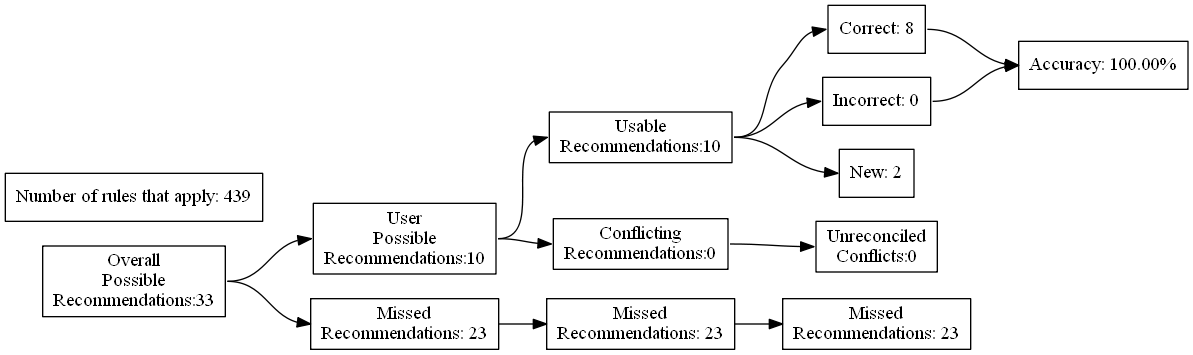
Above: test_renders/23.gv.png in ZaxR/ibd_diet_analysis (Graphviz), before the change. Its source is kept beside it as test_renders/23.gv.
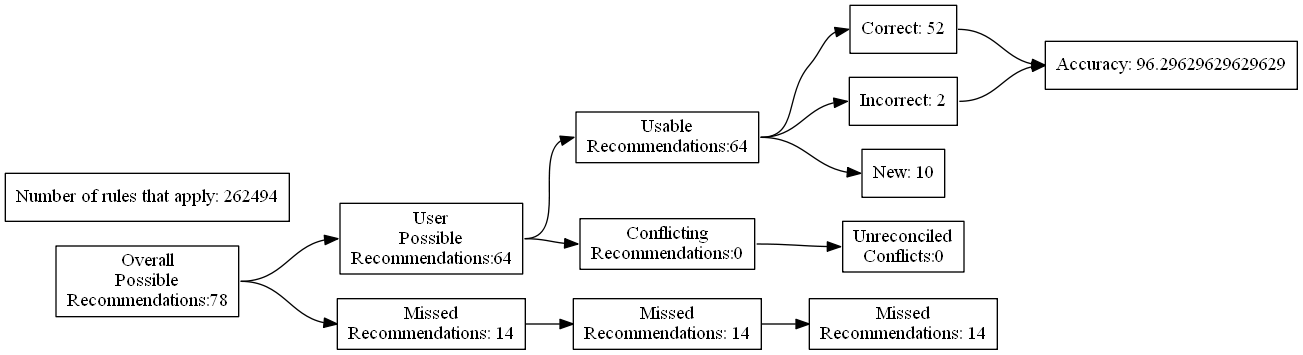
After the commit.

The edit, as a diff of the source:
```diff
@@ -4,27 +4,27 @@
 	edge [headport=w tailport=e]
 		A [label="Overall
 Possible
-Recommendations:33"]
+Recommendations:78"]
 		B [label="User
 Possible
-Recommendations:10"]
+Recommendations:64"]
 		C [label="Missed
-Recommendations: 23"]
+Recommendations: 14"]
 		D [label="Usable
-Recommendations:10"]
+Recommendations:64"]
 		E [label="Conflicting
 Recommendations:0"]
 		J [label="Missed
-Recommendations: 23"]
+Recommendations: 14"]
 		M [label="Unreconciled
 Conflicts:0"]
-		F [label="Correct: 8"]
-		G [label="Incorrect: 0"]
-		H [label="New: 2"]
+		F [label="Correct: 52"]
+		G [label="Incorrect: 2"]
+		H [label="New: 10"]
 		K [label="Missed
-Recommendations: 23"]
-		I [label="Accuracy: 100.00%"]
-		l [label="Number of rules that apply: 439"]
+Recommendations: 14"]
+		I [label="Accuracy: 96.29629629629629"]
+		l [label="Number of rules that apply: 262494"]
 			A -> B
 			A -> C
 			B -> D
```
